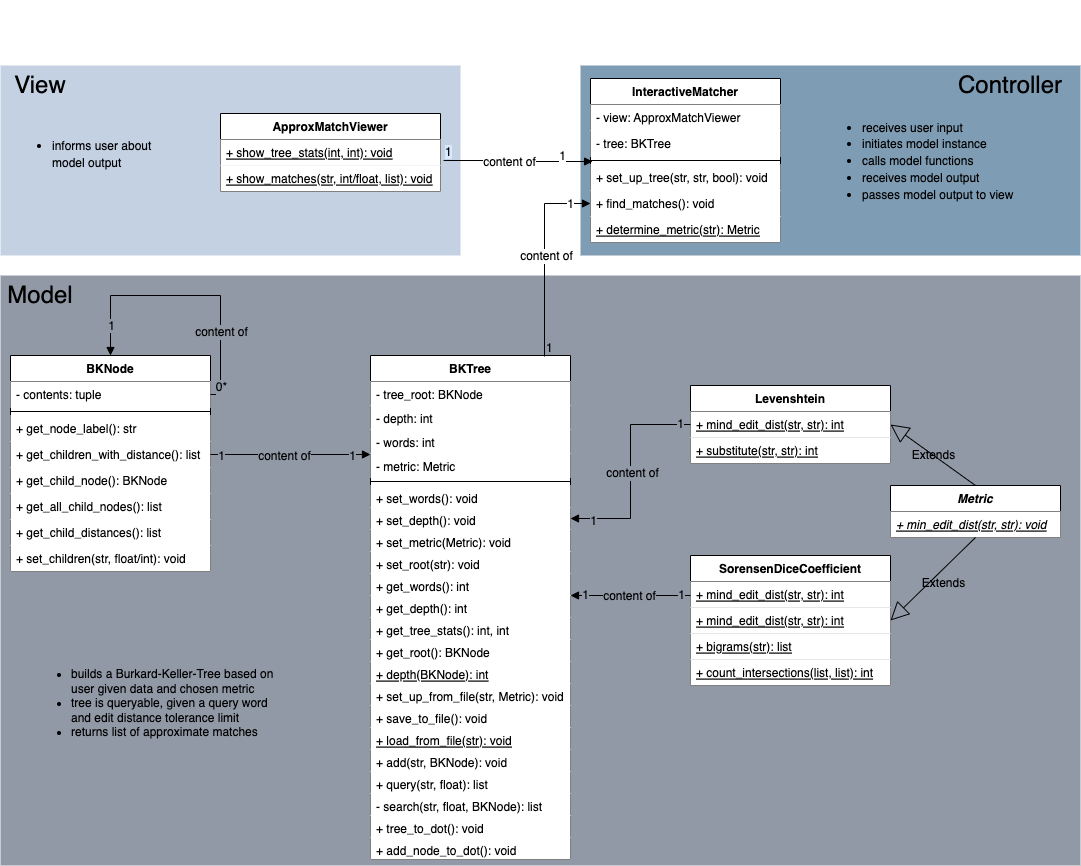
Earlier version of the draw.io export resources/ApproxMatching.png (eileenkammel/Approximate_String_Matching). Source tidied: cells renumbered, new cells last; positions are measured from the earlier drawing's top-left corner, leaving out a move shared by most shapes.
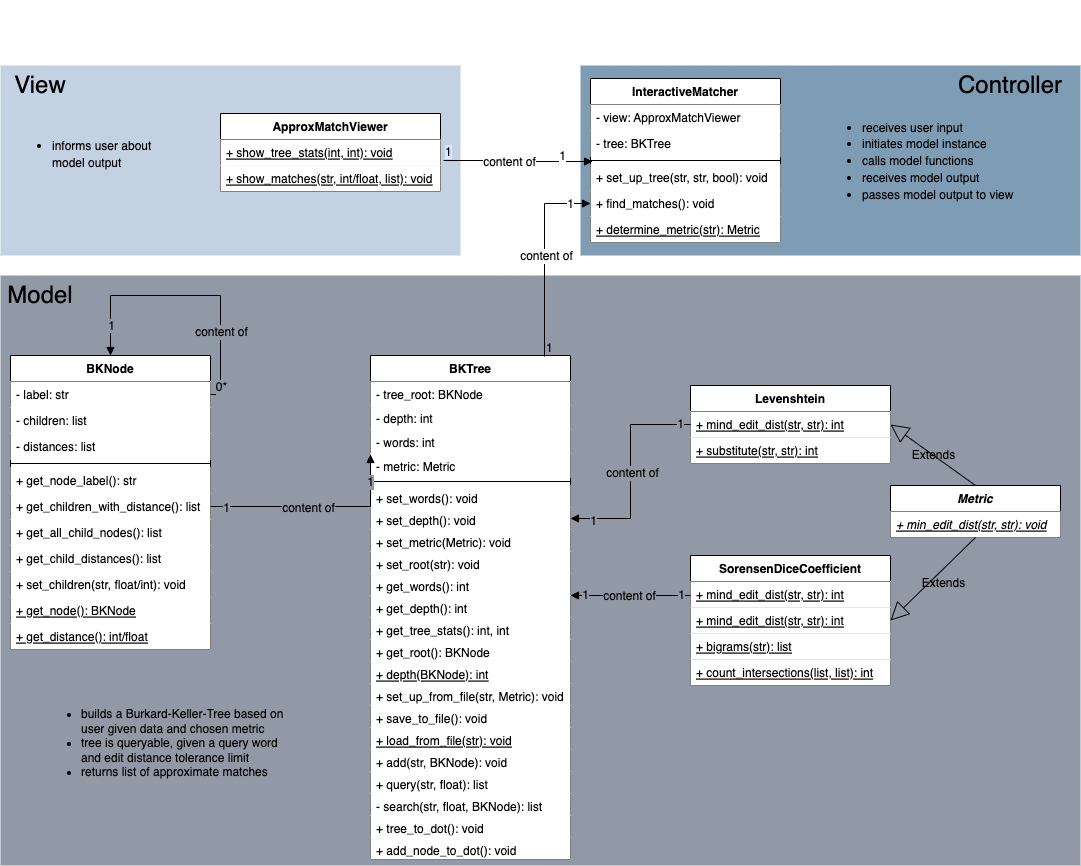
After the change.

Commit message:
new diagram after refactoring

Change to the diagram source:
```diff
@@ -75,31 +75,34 @@
       <mxGeometry y="482" width="200" height="22" as="geometry" />
     </mxCell>
     <mxCell id="26" value="BKNode" style="swimlane;fontStyle=1;align=center;verticalAlign=top;horizontal=1;startSize=26;fillColor=default;swimlaneFillColor=default;" parent="1" vertex="1">
-      <mxGeometry x="10" y="355" width="200" height="216" as="geometry" />
+      <mxGeometry x="10" y="355" width="200" height="294" as="geometry" />
     </mxCell>
-    <mxCell id="27" value="- contents: tuple" style="text;align=left;verticalAlign=top;spacingLeft=4;spacingRight=4;overflow=hidden;points=[[0,0.5],[1,0.5]];portConstraint=eastwest;labelBackgroundColor=default;fillColor=default;" parent="26" vertex="1">
+    <mxCell id="27" value="- label: str" style="text;align=left;verticalAlign=top;spacingLeft=4;spacingRight=4;overflow=hidden;points=[[0,0.5],[1,0.5]];portConstraint=eastwest;labelBackgroundColor=default;fillColor=default;" parent="26" vertex="1">
       <mxGeometry y="26" width="200" height="26" as="geometry" />
     </mxCell>
+    <mxCell id="92" value="- children: list" style="text;align=left;verticalAlign=top;spacingLeft=4;spacingRight=4;overflow=hidden;labelBackgroundColor=default;fillColor=default;" parent="26" vertex="1">
+      <mxGeometry y="52" width="200" height="26" as="geometry" />
+    </mxCell>
+    <mxCell id="93" value="- distances: list" style="text;align=left;verticalAlign=top;spacingLeft=4;spacingRight=4;overflow=hidden;labelBackgroundColor=default;fillColor=default;" parent="26" vertex="1">
+      <mxGeometry y="78" width="200" height="26" as="geometry" />
+    </mxCell>
     <mxCell id="28" style="line;strokeWidth=1;align=left;verticalAlign=middle;spacingTop=-1;spacingLeft=3;spacingRight=3;labelPosition=right;gradientColor=none;" parent="26" vertex="1">
-      <mxGeometry y="52" width="200" height="8" as="geometry" />
+      <mxGeometry y="104" width="200" height="8" as="geometry" />
     </mxCell>
     <mxCell id="29" value="+ get_node_label(): str" style="text;align=left;verticalAlign=top;spacingLeft=4;spacingRight=4;overflow=hidden;fillColor=default;" parent="26" vertex="1">
-      <mxGeometry y="60" width="200" height="26" as="geometry" />
+      <mxGeometry y="112" width="200" height="26" as="geometry" />
     </mxCell>
     <mxCell id="30" value="+ get_children_with_distance(): list" style="text;align=left;verticalAlign=top;spacingLeft=4;spacingRight=4;overflow=hidden;points=[[0,0.5],[1,0.5]];portConstraint=eastwest;fillColor=default;" parent="26" vertex="1">
-      <mxGeometry y="86" width="200" height="26" as="geometry" />
+      <mxGeometry y="138" width="200" height="26" as="geometry" />
     </mxCell>
-    <mxCell id="31" value="+ get_child_node(): BKNode" style="text;align=left;verticalAlign=top;spacingLeft=4;spacingRight=4;overflow=hidden;fillColor=default;" parent="26" vertex="1">
-      <mxGeometry y="112" width="200" height="26" as="geometry" />
-    </mxCell>
     <mxCell id="32" value="+ get_all_child_nodes(): list" style="text;align=left;verticalAlign=top;spacingLeft=4;spacingRight=4;overflow=hidden;fillColor=default;" parent="26" vertex="1">
-      <mxGeometry y="138" width="200" height="26" as="geometry" />
+      <mxGeometry y="164" width="200" height="26" as="geometry" />
     </mxCell>
     <mxCell id="33" value="+ get_child_distances(): list" style="text;align=left;verticalAlign=top;spacingLeft=4;spacingRight=4;overflow=hidden;fillColor=default;" parent="26" vertex="1">
-      <mxGeometry y="164" width="200" height="26" as="geometry" />
+      <mxGeometry y="190" width="200" height="26" as="geometry" />
     </mxCell>
     <mxCell id="34" value="+ set_children(str, float/int): void" style="text;align=left;verticalAlign=top;spacingLeft=4;spacingRight=4;overflow=hidden;fillColor=default;" parent="26" vertex="1">
-      <mxGeometry y="190" width="200" height="26" as="geometry" />
+      <mxGeometry y="216" width="200" height="26" as="geometry" />
     </mxCell>
     <mxCell id="35" style="endArrow=block;endFill=1;html=1;edgeStyle=orthogonalEdgeStyle;align=left;verticalAlign=top;rounded=0;labelBackgroundColor=none;fontSize=12;fontColor=default;exitX=1;exitY=0.5;exitDx=0;exitDy=0;entryX=0.5;entryY=0;entryDx=0;entryDy=0;" parent="26" edge="1" source="27" target="26">
       <mxGeometry x="-1" relative="1" as="geometry">
@@ -123,6 +126,12 @@
     <mxCell id="38" value="content of" style="edgeLabel;html=1;align=center;verticalAlign=middle;fontSize=12;fontColor=default;labelBackgroundColor=#9199A6;" parent="35" vertex="1">
       <mxGeometry x="-0.48" relative="1" as="geometry" />
     </mxCell>
+    <mxCell id="31" value="+ get_node(): BKNode" style="text;align=left;verticalAlign=top;spacingLeft=4;spacingRight=4;overflow=hidden;fillColor=default;fontStyle=4;" parent="26" vertex="1">
+      <mxGeometry y="242" width="200" height="26" as="geometry" />
+    </mxCell>
+    <mxCell id="94" value="+ get_distance(): int/float" style="text;align=left;verticalAlign=top;spacingLeft=4;spacingRight=4;overflow=hidden;fillColor=default;fontStyle=4;" parent="26" vertex="1">
+      <mxGeometry y="268" width="200" height="26" as="geometry" />
+    </mxCell>
     <mxCell id="39" value="Levenshtein" style="swimlane;fontStyle=1;align=center;verticalAlign=top;horizontal=1;startSize=26;" parent="1" vertex="1">
       <mxGeometry x="690" y="385" width="200" height="78" as="geometry" />
     </mxCell>
@@ -293,7 +302,7 @@
       <mxGeometry x="10" y="138" width="150" height="30" as="geometry" />
     </mxCell>
     <mxCell id="91" value="&lt;div style=&quot;text-align: left;&quot;&gt;&lt;ul&gt;&lt;li&gt;builds a Burkard-Keller-Tree based on user given data and chosen metric&lt;/li&gt;&lt;li&gt;tree is queryable, given a query word and edit distance tolerance limit&lt;br&gt;&lt;/li&gt;&lt;li&gt;returns list of approximate matches&lt;/li&gt;&lt;/ul&gt;&lt;/div&gt;&lt;div style=&quot;text-align: left;&quot;&gt;&lt;br&gt;&lt;/div&gt;" style="text;html=1;strokeColor=none;fillColor=none;align=center;verticalAlign=middle;whiteSpace=wrap;rounded=0;labelBackgroundColor=#9199A6;labelBorderColor=none;fontSize=12;fontColor=default;" parent="1" vertex="1">
-      <mxGeometry x="30" y="695" width="250" height="30" as="geometry" />
+      <mxGeometry x="40" y="735" width="250" height="30" as="geometry" />
     </mxCell>
   </root>
 </mxGraphModel>
```
